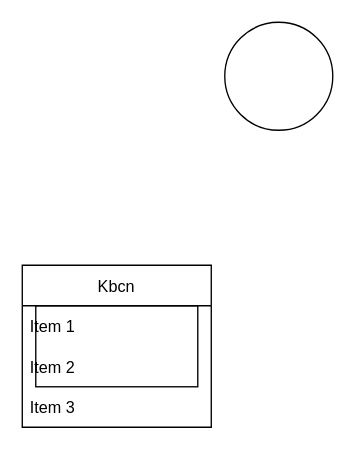
This is Sourcing_procedure.drawio from ogancheban/aribadata, a draw.io file, before an edit. Source tidied: cells renumbered, new cells numbered last; positions are measured from the earlier drawing's top-left corner, leaving out a move shared by most shapes. Both pictures are drawn from the tidied source at 135%, with x=0, y=0 at pixel (22, 22).
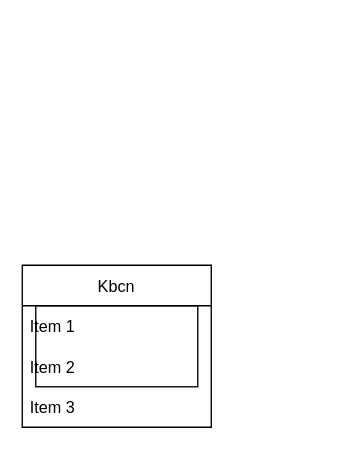
Above is the later version.

Diff of the diagram source:
```diff
@@
 <mxGraphModel>
   <root>
     <mxCell id="0" />
     <mxCell id="1" parent="0" />
     <mxCell id="2" style="rounded=0;whiteSpace=wrap;html=1;" parent="1" vertex="1">
       <mxGeometry x="10" y="210" width="120" height="60" as="geometry" />
     </mxCell>
-    <mxCell id="3" style="ellipse;whiteSpace=wrap;html=1;" parent="1" vertex="1">
-      <mxGeometry x="150" width="80" height="80" as="geometry" />
-    </mxCell>
     <mxCell id="4" value="Kbcn" style="swimlane;fontStyle=0;horizontal=1;startSize=30;" parent="1" vertex="1">
       <mxGeometry y="180" width="140" height="120" as="geometry" />
     </mxCell>
     <mxCell id="5" value="Item 1" style="text;strokeColor=none;fillColor=none;align=left;verticalAlign=middle;spacingLeft=4;spacingRight=4;overflow=hidden;" parent="4" vertex="1">
       <mxGeometry y="30" width="140" height="30" as="geometry" />
     </mxCell>
     <mxCell id="6" value="Item 2" style="text;strokeColor=none;fillColor=none;align=left;verticalAlign=middle;spacingLeft=4;spacingRight=4;overflow=hidden;" parent="4" vertex="1">
       <mxGeometry y="60" width="140" height="30" as="geometry" />
     </mxCell>
     <mxCell id="7" value="Item 3" style="text;strokeColor=none;fillColor=none;align=left;verticalAlign=middle;spacingLeft=4;spacingRight=4;overflow=hidden;" parent="4" vertex="1">
       <mxGeometry y="90" width="140" height="30" as="geometry" />
     </mxCell>
   </root>
 </mxGraphModel>
```
